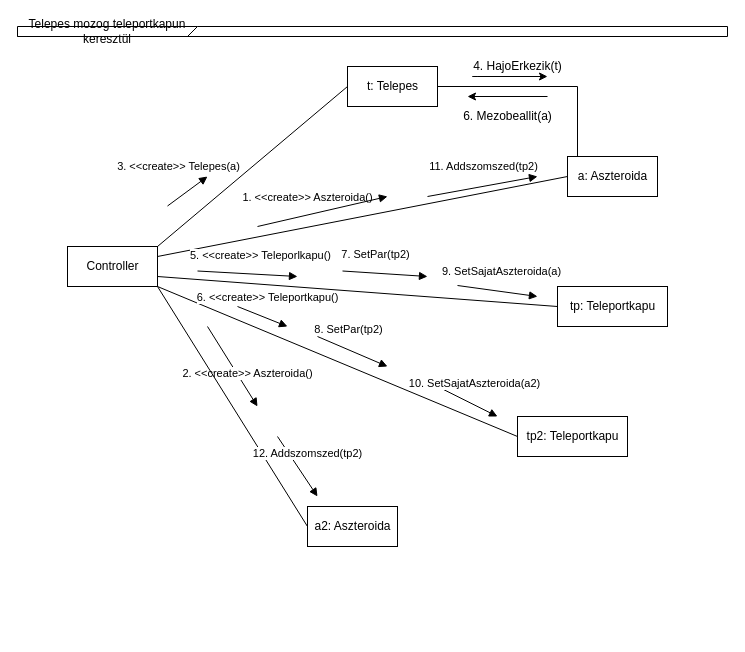
torpeBoiGo/aszteroidabanyaszat keeps this draw.io diagram as page "TelepesTPMozgas" (1 of 3) of doc/kommunikacio/TeleportMozgas.drawio. Above is the earlier version. Source tidied: cells renumbered, new cells numbered last; positions are measured from the earlier drawing's top-left corner, leaving out a move shared by most shapes. Both pictures are drawn from the tidied source at 100%, with x=0, y=0 at pixel (17, 26).
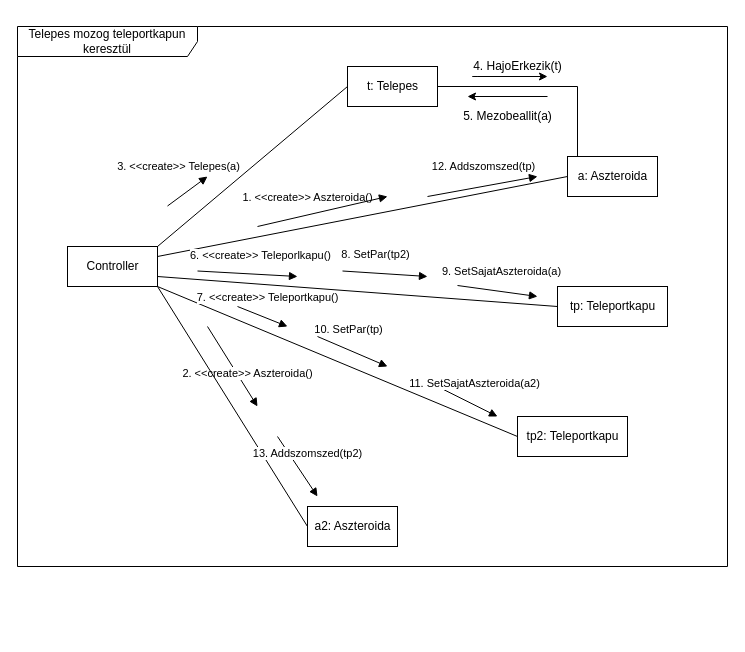
The same page after the edit.

Unchanged cells that the change refers to:
```xml
<mxCell id="6" value="tp: Teleportkapu" style="html=1;" parent="1" vertex="1">
  <mxGeometry x="540" y="260" width="110" height="40" as="geometry" />
</mxCell>
<mxCell id="7" value="Controller" style="html=1;" parent="1" vertex="1">
  <mxGeometry x="50" y="220" width="90" height="40" as="geometry" />
</mxCell>
<mxCell id="15" value="tp2: Teleportkapu" style="html=1;" parent="1" vertex="1">
  <mxGeometry x="500" y="390" width="110" height="40" as="geometry" />
</mxCell>
```

Change to the diagram source:
```diff
@@
     <mxCell id="2" value="Telepes mozog teleportkapun keresztül" style="shape=umlFrame;whiteSpace=wrap;html=1;width=180;height=30;" parent="1" vertex="1">
-      <mxGeometry width="710" height="10" as="geometry" />
+      <mxGeometry width="710" height="540" as="geometry" />
     </mxCell>
@@
-    <mxCell id="10" value="5. &amp;lt;&amp;lt;create&amp;gt;&amp;gt; Teleporlkapu()" style="html=1;verticalAlign=bottom;endArrow=none;entryX=0;entryY=0.5;entryDx=0;entryDy=0;endFill=0;" parent="1" edge="1" target="6">
+    <mxCell id="10" value="6. &amp;lt;&amp;lt;create&amp;gt;&amp;gt; Teleporlkapu()" style="html=1;verticalAlign=bottom;endArrow=none;entryX=0;entryY=0.5;entryDx=0;entryDy=0;endFill=0;" parent="1" edge="1" target="6">
       <mxGeometry x="-0.49" y="20" relative="1" as="geometry">
         <mxPoint x="140" y="250" as="sourcePoint" />
       </mxGeometry>
     </mxCell>
@@
-    <mxCell id="16" value="6. &amp;lt;&amp;lt;create&amp;gt;&amp;gt; Teleportkapu()" style="html=1;verticalAlign=bottom;endArrow=none;exitX=1;exitY=1;exitDx=0;exitDy=0;entryX=0;entryY=0.5;entryDx=0;entryDy=0;endFill=0;" parent="1" edge="1" source="7" target="15">
+    <mxCell id="16" value="7. &amp;lt;&amp;lt;create&amp;gt;&amp;gt; Teleportkapu()" style="html=1;verticalAlign=bottom;endArrow=none;exitX=1;exitY=1;exitDx=0;exitDy=0;entryX=0;entryY=0.5;entryDx=0;entryDy=0;endFill=0;" parent="1" edge="1" source="7" target="15">
       <mxGeometry x="-0.44" y="24" relative="1" as="geometry" />
     </mxCell>
@@
-    <mxCell id="25" value="7. SetPar(tp2)" style="html=1;verticalAlign=bottom;endArrow=block;" parent="1" edge="1">
+    <mxCell id="25" value="8. SetPar(tp2)" style="html=1;verticalAlign=bottom;endArrow=block;" parent="1" edge="1">
       <mxGeometry x="-0.25" y="10" relative="1" as="geometry">
         <mxPoint x="325" y="244.5" as="sourcePoint" />
         <mxPoint x="410" y="250" as="targetPoint" />
       </mxGeometry>
     </mxCell>
-    <mxCell id="26" value="12. Addszomszed(tp2)" style="html=1;verticalAlign=bottom;endArrow=block;" parent="1" edge="1">
+    <mxCell id="26" value="13. Addszomszed(tp2)" style="html=1;verticalAlign=bottom;endArrow=block;" parent="1" edge="1">
       <mxGeometry x="0.06" y="11" relative="1" as="geometry">
         <mxPoint x="260" y="410" as="sourcePoint" />
         <mxPoint x="300" y="470" as="targetPoint" />
       </mxGeometry>
     </mxCell>
-    <mxCell id="27" value="10. SetSajatAszteroida(a2)" style="html=1;verticalAlign=bottom;endArrow=block;" parent="1" edge="1">
+    <mxCell id="27" value="11. SetSajatAszteroida(a2)" style="html=1;verticalAlign=bottom;endArrow=block;" parent="1" edge="1">
       <mxGeometry x="0.06" y="11" relative="1" as="geometry">
         <mxPoint x="420" y="360" as="sourcePoint" />
         <mxPoint x="480" y="390" as="targetPoint" />
       </mxGeometry>
     </mxCell>
-    <mxCell id="28" value="11. Addszomszed(tp2)" style="html=1;verticalAlign=bottom;endArrow=block;" parent="1" edge="1">
+    <mxCell id="28" value="12. Addszomszed(tp)" style="html=1;verticalAlign=bottom;endArrow=block;" parent="1" edge="1">
       <mxGeometry x="0.06" y="11" relative="1" as="geometry">
         <mxPoint x="410" y="170" as="sourcePoint" />
         <mxPoint x="520" y="150" as="targetPoint" />
       </mxGeometry>
     </mxCell>
-    <mxCell id="29" value="8. SetPar(tp2)" style="html=1;verticalAlign=bottom;endArrow=block;" parent="1" edge="1">
+    <mxCell id="29" value="10. SetPar(tp)" style="html=1;verticalAlign=bottom;endArrow=block;" parent="1" edge="1">
       <mxGeometry x="-0.25" y="10" relative="1" as="geometry">
         <mxPoint x="300" y="310" as="sourcePoint" />
         <mxPoint x="370" y="340" as="targetPoint" />
       </mxGeometry>
     </mxCell>
@@
-    <mxCell id="31" value="6. Mezobeallit(a)" style="text;html=1;align=center;verticalAlign=middle;" parent="1" vertex="1">
+    <mxCell id="31" value="5. Mezobeallit(a)" style="text;html=1;align=center;verticalAlign=middle;" parent="1" vertex="1">
       <mxGeometry x="440" y="80" width="100" height="20" as="geometry" />
     </mxCell>
```
